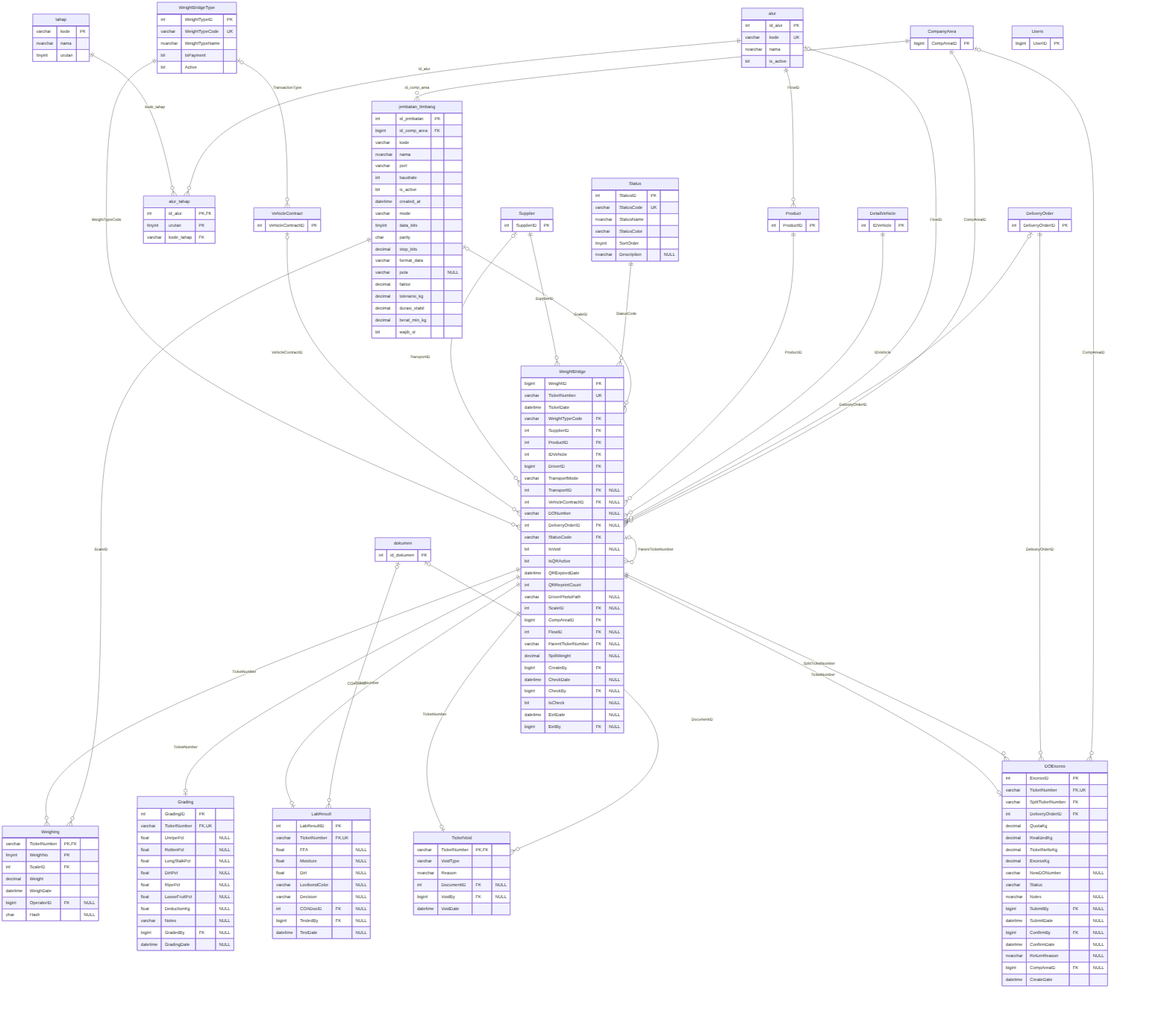
This is docs/erd/04_proses_tiket.png from aetheriin/timbangan_sawit_v2, a Mermaid export, as it was before one commit. Its source is kept beside it as docs/erd/04_proses_tiket.mmd.
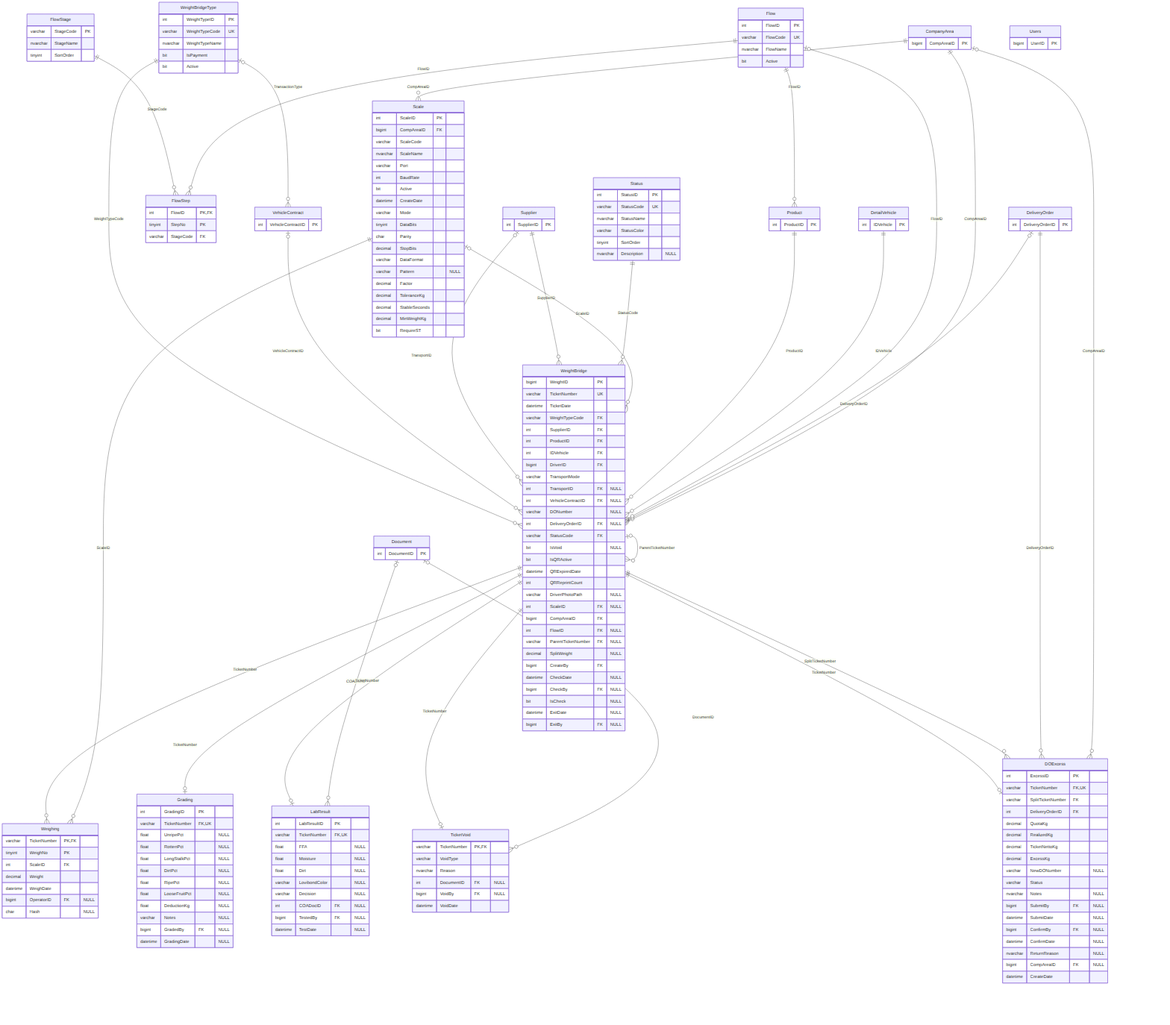
The same diagram one commit later.

The edit, as a diff of the source:
```diff
@@ -46,45 +46,45 @@
         tinyint SortOrder
         nvarchar Description "NULL"
     }
-    tahap {
-        varchar kode PK
-        nvarchar nama
-        tinyint urutan
+    FlowStage {
+        varchar StageCode PK
+        nvarchar StageName
+        tinyint SortOrder
     }
-    alur {
-        int id_alur PK
-        varchar kode UK
-        nvarchar nama
-        bit is_active
+    Flow {
+        int FlowID PK
+        varchar FlowCode UK
+        nvarchar FlowName
+        bit Active
     }
-    alur_tahap {
-        int id_alur PK,FK
-        tinyint urutan PK
-        varchar kode_tahap FK
+    FlowStep {
+        int FlowID PK,FK
+        tinyint StepNo PK
+        varchar StageCode FK
     }
     CompanyArea {
         bigint CompAreaID PK
     }
-    jembatan_timbang {
-        int id_jembatan PK
-        bigint id_comp_area FK
-        varchar kode
-        nvarchar nama
-        varchar port
-        int baudrate
-        bit is_active
-        datetime created_at
-        varchar mode
-        tinyint data_bits
-        char parity
-        decimal stop_bits
-        varchar format_data
-        varchar pola "NULL"
-        decimal faktor
-        decimal toleransi_kg
-        decimal durasi_stabil
-        decimal berat_min_kg
-        bit wajib_st
+    Scale {
+        int ScaleID PK
+        bigint CompAreaID FK
+        varchar ScaleCode
+        nvarchar ScaleName
+        varchar Port
+        int BaudRate
+        bit Active
+        datetime CreateDate
+        varchar Mode
+        tinyint DataBits
+        char Parity
+        decimal StopBits
+        varchar DataFormat
+        varchar Pattern "NULL"
+        decimal Factor
+        decimal ToleranceKg
+        decimal StableSeconds
+        decimal MinWeightKg
+        bit RequireST
     }
     Weighing {
         varchar TicketNumber PK,FK
@@ -164,35 +164,35 @@
     VehicleContract {
         int VehicleContractID PK
     }
-    dokumen {
-        int id_dokumen PK
+    Document {
+        int DocumentID PK
     }
     Users {
         bigint UserID PK
     }
-    alur ||--o{ alur_tahap : "id_alur"
-    tahap ||--o{ alur_tahap : "kode_tahap"
     CompanyArea |o--o{ DOExcess : "CompAreaID"
     DeliveryOrder ||--o{ DOExcess : "DeliveryOrderID"
     WeightBridge ||--o{ DOExcess : "SplitTicketNumber"
     WeightBridge ||--o| DOExcess : "TicketNumber"
+    Flow ||--o{ FlowStep : "FlowID"
+    FlowStage ||--o{ FlowStep : "StageCode"
     WeightBridge ||--o| Grading : "TicketNumber"
-    CompanyArea ||--o{ jembatan_timbang : "id_comp_area"
-    dokumen |o--o{ LabResult : "COADocID"
+    Document |o--o{ LabResult : "COADocID"
     WeightBridge ||--o| LabResult : "TicketNumber"
-    alur ||--o{ Product : "FlowID"
-    dokumen |o--o{ TicketVoid : "DocumentID"
+    Flow ||--o{ Product : "FlowID"
+    CompanyArea ||--o{ Scale : "CompAreaID"
+    Document |o--o{ TicketVoid : "DocumentID"
     WeightBridge ||--o| TicketVoid : "TicketNumber"
     WeightBridgeType |o--o{ VehicleContract : "TransactionType"
-    jembatan_timbang ||--o{ Weighing : "ScaleID"
+    Scale ||--o{ Weighing : "ScaleID"
     WeightBridge ||--o{ Weighing : "TicketNumber"
     CompanyArea ||--o{ WeightBridge : "CompAreaID"
     DeliveryOrder |o--o{ WeightBridge : "DeliveryOrderID"
-    alur |o--o{ WeightBridge : "FlowID"
+    Flow |o--o{ WeightBridge : "FlowID"
     DetailVehicle ||--o{ WeightBridge : "IDVehicle"
     WeightBridge |o--o{ WeightBridge : "ParentTicketNumber"
     Product ||--o{ WeightBridge : "ProductID"
-    jembatan_timbang |o--o{ WeightBridge : "ScaleID"
+    Scale |o--o{ WeightBridge : "ScaleID"
     Status ||--o{ WeightBridge : "StatusCode"
     Supplier ||--o{ WeightBridge : "SupplierID"
     Supplier |o--o{ WeightBridge : "TransportID"
```
